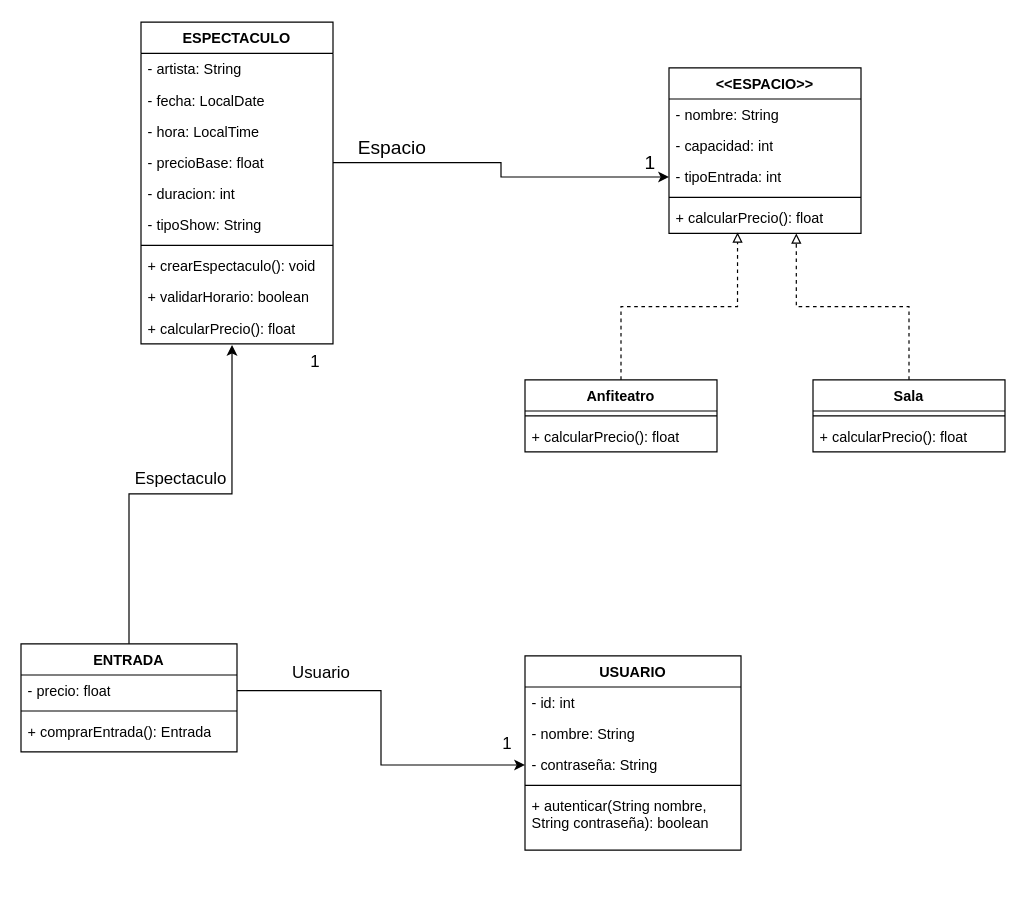
This is src/main/resources/Gestion espectaculos TAP.drawio from JoaSerra/TAP_TP, a draw.io file, before an edit. Source tidied: cells renumbered, new cells numbered last; positions are measured from the earlier drawing's top-left corner, leaving out a move shared by most shapes. Both pictures are drawn from the tidied source at 120%, with x=0, y=0 at pixel (20, 22).
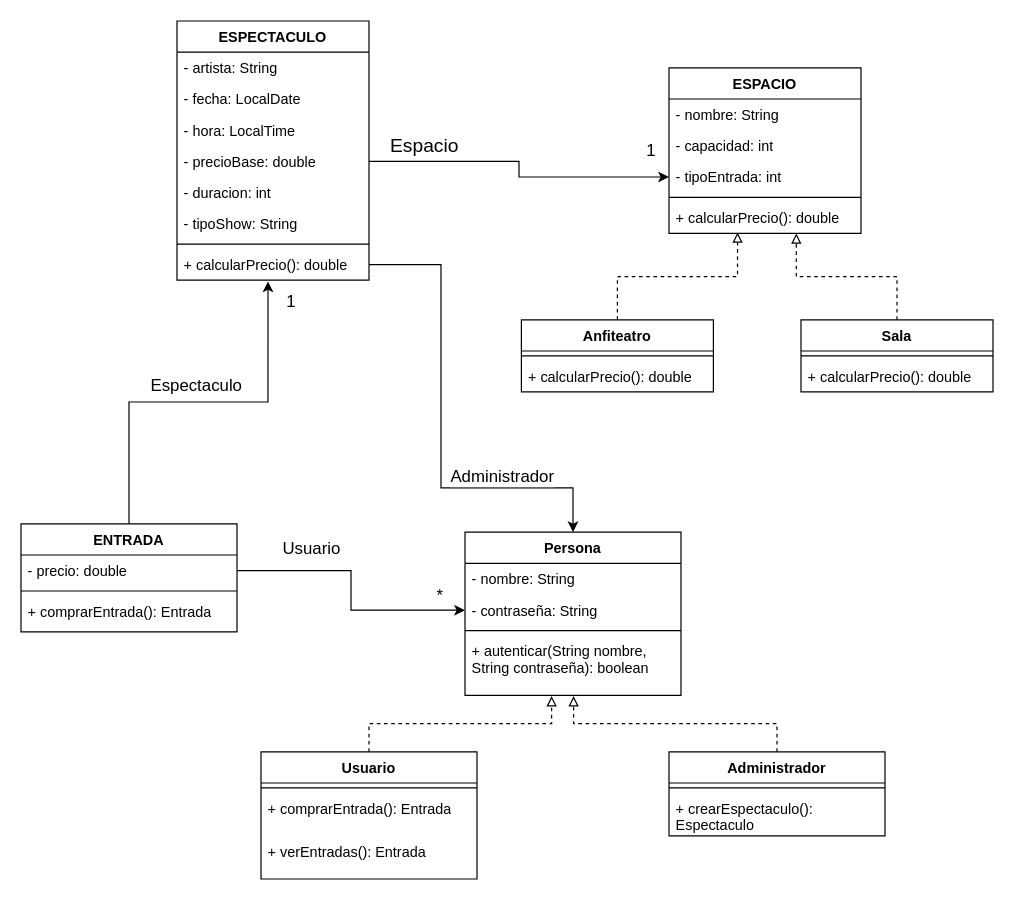
After the change.

Commit message (it also covers changes not shown here):
diagrama de clases update

The change refers to these unchanged cells:
```xml
<mxCell id="37" style="edgeStyle=orthogonalEdgeStyle;rounded=0;jettySize=auto;html=1;entryX=0;entryY=0.5;entryDx=0;entryDy=0;" parent="1" edge="1" source="6" target="19">
  <mxGeometry relative="1" as="geometry" />
</mxCell>
<mxCell id="42" style="edgeStyle=orthogonalEdgeStyle;rounded=0;jettySize=auto;html=1;entryX=0;entryY=0.5;entryDx=0;entryDy=0;" parent="1" edge="1" source="34" target="30">
  <mxGeometry relative="1" as="geometry" />
</mxCell>
```

Change to the diagram source:
```diff
@@
     <mxCell id="2" value="ESPECTACULO" style="swimlane;fontStyle=1;align=center;verticalAlign=top;horizontal=1;startSize=26;whiteSpace=wrap;html=1;" parent="1" vertex="1">
-      <mxGeometry x="100" width="160" height="268" as="geometry" />
+      <mxGeometry x="130" y="-1" width="160" height="216" as="geometry" />
     </mxCell>
@@
-    <mxCell id="6" value="- precioBase: float" style="text;strokeColor=none;fillColor=none;align=left;verticalAlign=top;spacingLeft=4;spacingRight=4;overflow=hidden;points=[[0,0.5],[1,0.5]];portConstraint=eastwest;whiteSpace=wrap;html=1;" parent="2" vertex="1">
+    <mxCell id="6" value="- precioBase: double" style="text;strokeColor=none;fillColor=none;align=left;verticalAlign=top;spacingLeft=4;spacingRight=4;overflow=hidden;points=[[0,0.5],[1,0.5]];portConstraint=eastwest;whiteSpace=wrap;html=1;" parent="2" vertex="1">
       <mxGeometry y="104" width="160" height="26" as="geometry" />
     </mxCell>
@@
-    <mxCell id="10" value="+ crearEspectaculo(): void" style="text;strokeColor=none;fillColor=none;align=left;verticalAlign=top;spacingLeft=4;spacingRight=4;overflow=hidden;whiteSpace=wrap;html=1;" parent="2" vertex="1">
-      <mxGeometry y="190" width="160" height="26" as="geometry" />
-    </mxCell>
-    <mxCell id="11" value="+ validarHorario: boolean" style="text;strokeColor=none;fillColor=none;align=left;verticalAlign=top;spacingLeft=4;spacingRight=4;overflow=hidden;whiteSpace=wrap;html=1;" parent="2" vertex="1">
-      <mxGeometry y="216" width="160" height="26" as="geometry" />
-    </mxCell>
-    <mxCell id="12" value="+ calcularPrecio(): float" style="text;strokeColor=none;fillColor=none;align=left;verticalAlign=top;spacingLeft=4;spacingRight=4;overflow=hidden;points=[[0,0.5],[1,0.5]];portConstraint=eastwest;whiteSpace=wrap;html=1;" parent="2" vertex="1">
-      <mxGeometry y="242" width="160" height="26" as="geometry" />
+    <mxCell id="12" value="+ calcularPrecio(): double" style="text;strokeColor=none;fillColor=none;align=left;verticalAlign=top;spacingLeft=4;spacingRight=4;overflow=hidden;points=[[0,0.5],[1,0.5]];portConstraint=eastwest;whiteSpace=wrap;html=1;" parent="2" vertex="1">
+      <mxGeometry y="190" width="160" height="26" as="geometry" />
     </mxCell>
     <mxCell id="13" value="Anfiteatro" style="swimlane;fontStyle=1;align=center;verticalAlign=top;horizontal=1;startSize=26;whiteSpace=wrap;html=1;" parent="1" vertex="1">
-      <mxGeometry x="420" y="298" width="160" height="60" as="geometry" />
+      <mxGeometry x="417" y="248" width="160" height="60" as="geometry" />
     </mxCell>
@@
-    <mxCell id="15" value="+ calcularPrecio(): float" style="text;strokeColor=none;fillColor=none;align=left;verticalAlign=top;spacingLeft=4;spacingRight=4;overflow=hidden;whiteSpace=wrap;html=1;" parent="13" vertex="1">
+    <mxCell id="15" value="+ calcularPrecio(): double" style="text;strokeColor=none;fillColor=none;align=left;verticalAlign=top;spacingLeft=4;spacingRight=4;overflow=hidden;whiteSpace=wrap;html=1;" parent="13" vertex="1">
       <mxGeometry y="34" width="160" height="26" as="geometry" />
     </mxCell>
-    <mxCell id="16" value="&amp;lt;&amp;lt;ESPACIO&amp;gt;&amp;gt;" style="swimlane;fontStyle=1;align=center;verticalAlign=top;horizontal=1;startSize=26;whiteSpace=wrap;html=1;" parent="1" vertex="1">
+    <mxCell id="16" value="ESPACIO" style="swimlane;fontStyle=1;align=center;verticalAlign=top;horizontal=1;startSize=26;whiteSpace=wrap;html=1;" parent="1" vertex="1">
       <mxGeometry x="540" y="38" width="160" height="138" as="geometry" />
     </mxCell>
@@
-    <mxCell id="21" value="+ calcularPrecio(): float" style="text;strokeColor=none;fillColor=none;align=left;verticalAlign=top;spacingLeft=4;spacingRight=4;overflow=hidden;points=[[0,0.5],[1,0.5]];portConstraint=eastwest;whiteSpace=wrap;html=1;" parent="16" vertex="1">
+    <mxCell id="21" value="+ calcularPrecio(): double" style="text;strokeColor=none;fillColor=none;align=left;verticalAlign=top;spacingLeft=4;spacingRight=4;overflow=hidden;points=[[0,0.5],[1,0.5]];portConstraint=eastwest;whiteSpace=wrap;html=1;" parent="16" vertex="1">
       <mxGeometry y="112" width="160" height="26" as="geometry" />
     </mxCell>
     <mxCell id="22" value="Sala" style="swimlane;fontStyle=1;align=center;verticalAlign=top;horizontal=1;startSize=26;whiteSpace=wrap;html=1;" parent="1" vertex="1">
-      <mxGeometry x="660" y="298" width="160" height="60" as="geometry" />
+      <mxGeometry x="650" y="248" width="160" height="60" as="geometry" />
     </mxCell>
@@
-    <mxCell id="24" value="+ calcularPrecio(): float" style="text;strokeColor=none;fillColor=none;align=left;verticalAlign=top;spacingLeft=4;spacingRight=4;overflow=hidden;whiteSpace=wrap;html=1;" parent="22" vertex="1">
+    <mxCell id="24" value="+ calcularPrecio(): double" style="text;strokeColor=none;fillColor=none;align=left;verticalAlign=top;spacingLeft=4;spacingRight=4;overflow=hidden;whiteSpace=wrap;html=1;" parent="22" vertex="1">
       <mxGeometry y="34" width="160" height="26" as="geometry" />
     </mxCell>
@@
-    <mxCell id="27" value="USUARIO" style="swimlane;fontStyle=1;align=center;verticalAlign=top;horizontal=1;startSize=26;whiteSpace=wrap;html=1;" parent="1" vertex="1">
-      <mxGeometry x="420" y="528" width="180" height="162" as="geometry" />
+    <mxCell id="27" value="Persona" style="swimlane;fontStyle=1;align=center;verticalAlign=top;horizontal=1;startSize=26;whiteSpace=wrap;html=1;" parent="1" vertex="1">
+      <mxGeometry x="370" y="425" width="180" height="136" as="geometry" />
     </mxCell>
-    <mxCell id="28" value="- id: int" style="text;strokeColor=none;fillColor=none;align=left;verticalAlign=top;spacingLeft=4;spacingRight=4;overflow=hidden;whiteSpace=wrap;html=1;" parent="27" vertex="1">
-      <mxGeometry y="26" width="180" height="26" as="geometry" />
-    </mxCell>
     <mxCell id="29" value="- nombre: String" style="text;strokeColor=none;fillColor=none;align=left;verticalAlign=top;spacingLeft=4;spacingRight=4;overflow=hidden;whiteSpace=wrap;html=1;" parent="27" vertex="1">
-      <mxGeometry y="52" width="180" height="26" as="geometry" />
+      <mxGeometry y="26" width="180" height="26" as="geometry" />
     </mxCell>
     <mxCell id="30" value="- contraseña: String" style="text;strokeColor=none;fillColor=none;align=left;verticalAlign=top;spacingLeft=4;spacingRight=4;overflow=hidden;points=[[0,0.5],[1,0.5]];portConstraint=eastwest;whiteSpace=wrap;html=1;" parent="27" vertex="1">
-      <mxGeometry y="78" width="180" height="26" as="geometry" />
+      <mxGeometry y="52" width="180" height="26" as="geometry" />
     </mxCell>
     <mxCell id="31" style="line;strokeWidth=1;fillColor=none;align=left;verticalAlign=middle;spacingTop=-1;spacingLeft=3;spacingRight=3;labelPosition=right;strokeColor=inherit;" parent="27" vertex="1">
-      <mxGeometry y="104" width="180" height="8" as="geometry" />
+      <mxGeometry y="78" width="180" height="8" as="geometry" />
     </mxCell>
     <mxCell id="32" value="+ autenticar(String nombre, String contraseña): boolean" style="text;strokeColor=none;fillColor=none;align=left;verticalAlign=top;spacingLeft=4;spacingRight=4;overflow=hidden;points=[[0,0.5],[1,0.5]];portConstraint=eastwest;whiteSpace=wrap;html=1;" parent="27" vertex="1">
-      <mxGeometry y="112" width="180" height="50" as="geometry" />
+      <mxGeometry y="86" width="180" height="50" as="geometry" />
     </mxCell>
     <mxCell id="33" value="ENTRADA" style="swimlane;fontStyle=1;align=center;verticalAlign=top;horizontal=1;startSize=26;whiteSpace=wrap;html=1;" parent="1" vertex="1">
-      <mxGeometry y="518" width="180" height="90" as="geometry" />
+      <mxGeometry y="418" width="180" height="90" as="geometry" />
     </mxCell>
-    <mxCell id="34" value="- precio: float" style="text;strokeColor=none;fillColor=none;align=left;verticalAlign=top;spacingLeft=4;spacingRight=4;overflow=hidden;points=[[0,0.5],[1,0.5]];portConstraint=eastwest;whiteSpace=wrap;html=1;" parent="33" vertex="1">
+    <mxCell id="34" value="- precio: double" style="text;strokeColor=none;fillColor=none;align=left;verticalAlign=top;spacingLeft=4;spacingRight=4;overflow=hidden;points=[[0,0.5],[1,0.5]];portConstraint=eastwest;whiteSpace=wrap;html=1;" parent="33" vertex="1">
       <mxGeometry y="26" width="180" height="26" as="geometry" />
     </mxCell>
@@
-    <mxCell id="38" value="&lt;font style=&quot;font-size: 16px;&quot;&gt;1&lt;/font&gt;" style="edgeLabel;html=1;align=center;verticalAlign=middle;" parent="37" vertex="1">
-      <mxGeometry x="0.67" y="4" relative="1" as="geometry">
-        <mxPoint x="31" y="-9" as="offset" />
-      </mxGeometry>
-    </mxCell>
@@
     <mxCell id="43" value="&lt;span style=&quot;font-size: 14px;&quot;&gt;Usuario&lt;/span&gt;" style="edgeLabel;html=1;align=center;verticalAlign=middle;" parent="42" vertex="1">
       <mxGeometry x="-0.34" y="2" relative="1" as="geometry">
-        <mxPoint x="-31" y="-14" as="offset" />
+        <mxPoint x="-13" y="-17" as="offset" />
       </mxGeometry>
     </mxCell>
-    <mxCell id="44" value="&lt;font style=&quot;font-size: 14px;&quot;&gt;1&lt;/font&gt;" style="text;html=1;align=center;verticalAlign=middle;strokeColor=none;fillColor=none;" parent="1" vertex="1">
-      <mxGeometry x="390" y="586" width="30" height="30" as="geometry" />
-    </mxCell>
-    <mxCell id="45" value="&lt;font style=&quot;font-size: 14px;&quot;&gt;1&lt;/font&gt;" style="text;html=1;align=center;verticalAlign=middle;strokeColor=none;fillColor=none;" parent="1" vertex="1">
-      <mxGeometry x="230" y="268" width="30" height="30" as="geometry" />
-    </mxCell>
+    <mxCell id="46" value="Usuario" style="swimlane;fontStyle=1;align=center;verticalAlign=top;horizontal=1;startSize=26;whiteSpace=wrap;html=1;" parent="1" vertex="1">
+      <mxGeometry x="200" y="608" width="180" height="106" as="geometry" />
+    </mxCell>
+    <mxCell id="47" style="line;strokeWidth=1;fillColor=none;align=left;verticalAlign=middle;spacingTop=-1;spacingLeft=3;spacingRight=3;labelPosition=right;strokeColor=inherit;" parent="46" vertex="1">
+      <mxGeometry y="26" width="180" height="8" as="geometry" />
+    </mxCell>
+    <mxCell id="48" value="+ comprarEntrada(): Entrada" style="text;strokeColor=none;fillColor=none;align=left;verticalAlign=top;spacingLeft=4;spacingRight=4;overflow=hidden;whiteSpace=wrap;html=1;" parent="46" vertex="1">
+      <mxGeometry y="34" width="180" height="36" as="geometry" />
+    </mxCell>
+    <mxCell id="49" value="+ verEntradas(): Entrada" style="text;strokeColor=none;fillColor=none;align=left;verticalAlign=top;spacingLeft=4;spacingRight=4;overflow=hidden;whiteSpace=wrap;html=1;" parent="46" vertex="1">
+      <mxGeometry y="70" width="180" height="36" as="geometry" />
+    </mxCell>
+    <mxCell id="50" value="Administrador" style="swimlane;fontStyle=1;align=center;verticalAlign=top;horizontal=1;startSize=26;whiteSpace=wrap;html=1;" parent="1" vertex="1">
+      <mxGeometry x="540" y="608" width="180" height="70" as="geometry" />
+    </mxCell>
+    <mxCell id="51" style="line;strokeWidth=1;fillColor=none;align=left;verticalAlign=middle;spacingTop=-1;spacingLeft=3;spacingRight=3;labelPosition=right;strokeColor=inherit;" parent="50" vertex="1">
+      <mxGeometry y="26" width="180" height="8" as="geometry" />
+    </mxCell>
+    <mxCell id="52" value="+ crearEspectaculo(): Espectaculo" style="text;strokeColor=none;fillColor=none;align=left;verticalAlign=top;spacingLeft=4;spacingRight=4;overflow=hidden;whiteSpace=wrap;html=1;" parent="50" vertex="1">
+      <mxGeometry y="34" width="180" height="36" as="geometry" />
+    </mxCell>
+    <mxCell id="53" style="edgeStyle=orthogonalEdgeStyle;rounded=0;jettySize=auto;html=1;entryX=0.503;entryY=1.012;entryDx=0;entryDy=0;entryPerimeter=0;endArrow=block;endFill=0;dashed=1;" parent="1" edge="1" source="50" target="32">
+      <mxGeometry relative="1" as="geometry" />
+    </mxCell>
+    <mxCell id="54" style="edgeStyle=orthogonalEdgeStyle;rounded=0;jettySize=auto;html=1;entryX=0.401;entryY=1.012;entryDx=0;entryDy=0;entryPerimeter=0;endArrow=block;endFill=0;dashed=1;" parent="1" edge="1" source="46" target="32">
+      <mxGeometry relative="1" as="geometry" />
+    </mxCell>
+    <mxCell id="55" value="&lt;font style=&quot;font-size: 14px;&quot;&gt;1&lt;/font&gt;" style="text;html=1;align=center;verticalAlign=middle;strokeColor=none;fillColor=none;" parent="1" vertex="1">
+      <mxGeometry x="510" y="92" width="30" height="30" as="geometry" />
+    </mxCell>
+    <mxCell id="56" value="&lt;font style=&quot;font-size: 14px;&quot;&gt;1&lt;/font&gt;" style="text;html=1;align=center;verticalAlign=middle;strokeColor=none;fillColor=none;" parent="1" vertex="1">
+      <mxGeometry x="210" y="218" width="30" height="30" as="geometry" />
+    </mxCell>
+    <mxCell id="57" value="&lt;font style=&quot;font-size: 14px;&quot;&gt;*&lt;/font&gt;" style="text;html=1;align=center;verticalAlign=middle;strokeColor=none;fillColor=none;" parent="1" vertex="1">
+      <mxGeometry x="334" y="463" width="30" height="30" as="geometry" />
+    </mxCell>
+    <mxCell id="58" style="edgeStyle=orthogonalEdgeStyle;rounded=0;jettySize=auto;html=1;entryX=0.5;entryY=0;entryDx=0;entryDy=0;" parent="1" edge="1" source="12" target="27">
+      <mxGeometry relative="1" as="geometry">
+        <Array as="points">
+          <mxPoint x="350" y="202" />
+          <mxPoint x="350" y="388" />
+          <mxPoint x="460" y="388" />
+        </Array>
+      </mxGeometry>
+    </mxCell>
+    <mxCell id="59" value="&lt;span style=&quot;font-size: 14px;&quot;&gt;Administrador&lt;/span&gt;" style="edgeLabel;html=1;align=center;verticalAlign=middle;" parent="1" vertex="1">
+      <mxGeometry x="400" y="378" as="geometry" />
+    </mxCell>
```
